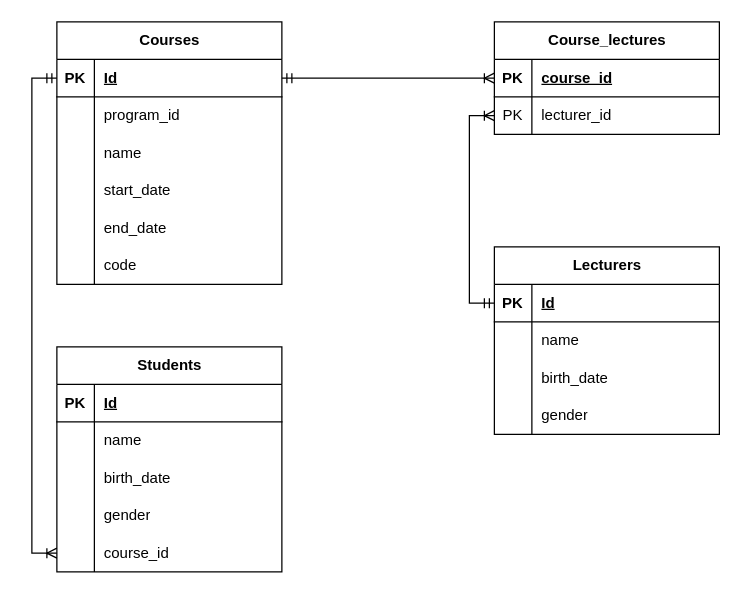
Before: week3/activity 4/ER.drawio in flashrick/Tianxiang-Wang---MSE800---Professional-Software-Engineering, a draw.io diagram. Source tidied: cells renumbered, new cells numbered last; positions are measured from the earlier drawing's top-left corner, leaving out a move shared by most shapes. Both pictures are drawn from the tidied source at 125%, with x=0, y=0 at pixel (-6, 21).
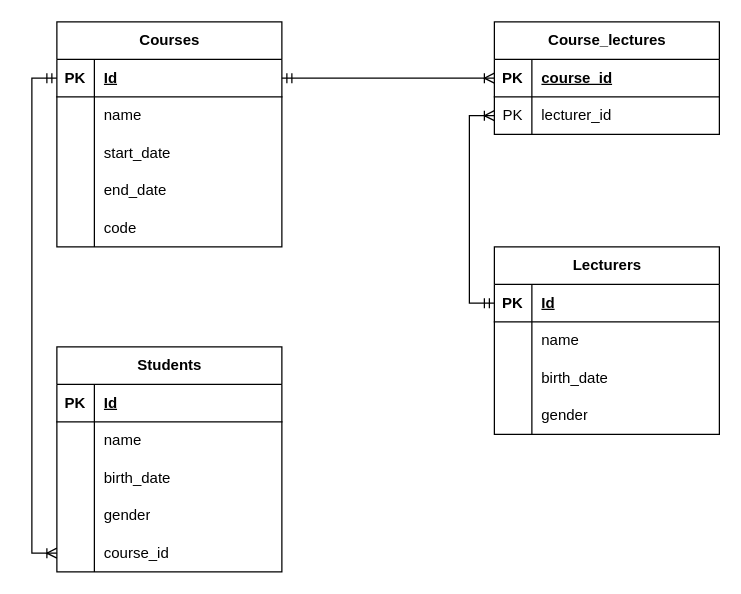
Above is the later version.

Commit message (it also covers changes not shown here):
update codes depends on ER

The edit, as a diff of the source:
```diff
@@
     <mxCell id="20" value="Courses" style="shape=table;startSize=30;childLayout=tableLayout;rowLines=0;fontStyle=1;align=center;html=1;" parent="1" vertex="1">
-      <mxGeometry x="50" width="180" height="210" as="geometry" />
+      <mxGeometry x="50" width="180" height="180" as="geometry" />
     </mxCell>
@@
-    <mxCell id="24" style="shape=tableRow;horizontal=0;startSize=0;swimlaneHead=0;swimlaneBody=0;fillColor=none;top=0;left=0;right=0;bottom=0;" parent="20" vertex="1">
-      <mxGeometry y="60" width="180" height="30" as="geometry" />
-    </mxCell>
-    <mxCell id="25" style="shape=partialRectangle;fillColor=none;top=0;left=0;bottom=0;right=0;overflow=hidden;whiteSpace=wrap;html=1;" parent="24" vertex="1">
-      <mxGeometry width="30" height="30" as="geometry" />
-    </mxCell>
-    <mxCell id="26" value="program_id" style="shape=partialRectangle;fillColor=none;top=0;left=0;bottom=0;right=0;align=left;spacingLeft=6;overflow=hidden;whiteSpace=wrap;html=1;" parent="24" vertex="1">
-      <mxGeometry x="30" width="150" height="30" as="geometry" />
-    </mxCell>
     <mxCell id="27" style="shape=tableRow;horizontal=0;startSize=0;swimlaneHead=0;swimlaneBody=0;fillColor=none;top=0;left=0;right=0;bottom=0;" parent="20" vertex="1">
-      <mxGeometry y="90" width="180" height="30" as="geometry" />
+      <mxGeometry y="60" width="180" height="30" as="geometry" />
     </mxCell>
@@
     <mxCell id="30" style="shape=tableRow;horizontal=0;startSize=0;swimlaneHead=0;swimlaneBody=0;fillColor=none;top=0;left=0;right=0;bottom=0;" parent="20" vertex="1">
-      <mxGeometry y="120" width="180" height="30" as="geometry" />
+      <mxGeometry y="90" width="180" height="30" as="geometry" />
     </mxCell>
@@
     <mxCell id="33" style="shape=tableRow;horizontal=0;startSize=0;swimlaneHead=0;swimlaneBody=0;fillColor=none;top=0;left=0;right=0;bottom=0;" parent="20" vertex="1">
-      <mxGeometry y="150" width="180" height="30" as="geometry" />
+      <mxGeometry y="120" width="180" height="30" as="geometry" />
     </mxCell>
@@
     <mxCell id="36" style="shape=tableRow;horizontal=0;startSize=0;swimlaneHead=0;swimlaneBody=0;fillColor=none;top=0;left=0;right=0;bottom=0;" parent="20" vertex="1">
-      <mxGeometry y="180" width="180" height="30" as="geometry" />
+      <mxGeometry y="150" width="180" height="30" as="geometry" />
     </mxCell>
```
